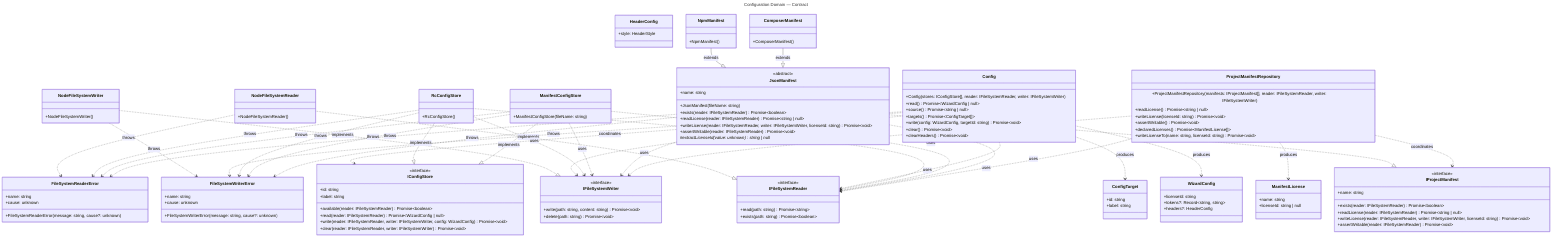
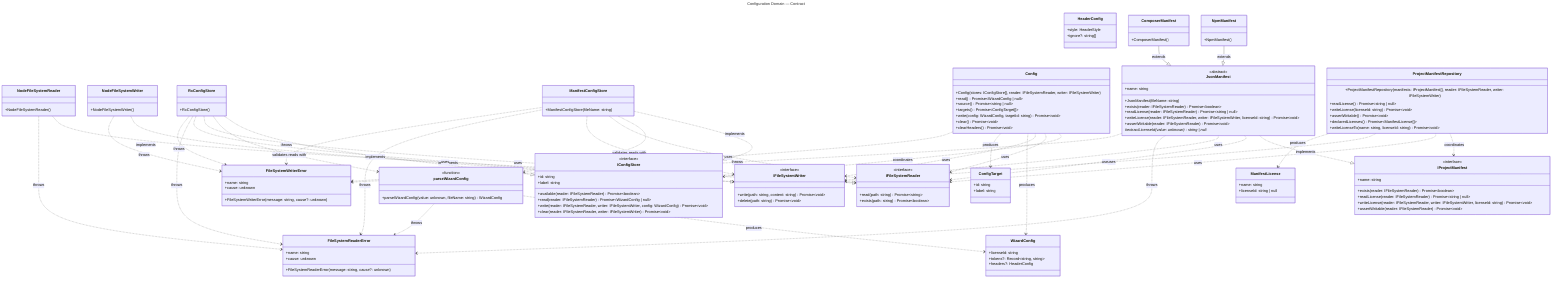
---
title: Configuration Domain — Contract
---
classDiagram
  direction TB

  %% Domain: Configuration (src/configuration)
  %% Focused per-domain view extracted from ../class-diagram.mmd.
  %% Shows ONLY Configuration-domain classes and their intra-domain relationships.
  %% Cross-domain relationships (consumed by the bootstrap, Licensing, Headers and
  %% Verify; HeaderConfig references HeaderStyle from Headers) are intentionally
  %% omitted — see ../class-diagram.mmd for the full picture.
  %%
  %% HeaderConfig belongs to this domain but its only relationship (to HeaderStyle)
  %% crosses into Headers, so it appears here without intra-domain edges.

  class IFileSystemReader {
    <<interface>>
    +read(path: string) Promise~string~
    +exists(path: string) Promise~boolean~
  }

  class IFileSystemWriter {
    <<interface>>
    +write(path: string, content: string) Promise~void~
    +delete(path: string) Promise~void~
  }

  class NodeFileSystemReader {
    +NodeFileSystemReader()
  }

  class NodeFileSystemWriter {
    +NodeFileSystemWriter()
  }

  class FileSystemReaderError {
    +name: string
    +cause: unknown
    +FileSystemReaderError(message: string, cause?: unknown)
  }

  class FileSystemWriterError {
    +name: string
    +cause: unknown
    +FileSystemWriterError(message: string, cause?: unknown)
  }

  class WizardConfig {
    +licenseId: string
    +tokens?: Record~string, string~
    +headers?: HeaderConfig
  }

  class HeaderConfig {
    +style: HeaderStyle
+     +ignore?: string[]
+   }
+ 
+   %% Module-level validator co-located with WizardConfig; the config stores run
+   %% every parsed config through it on read so a malformed file is rejected
+   %% (named) up front instead of casting unchecked.
+   class parseWizardConfig {
+     <<function>>
+     +parseWizardConfig(value: unknown, fileName: string) WizardConfig
  }

  class ConfigTarget {
    +id: string
    +label: string
  }

  class IConfigStore {
    <<interface>>
    +id: string
    +label: string
    +available(reader: IFileSystemReader) Promise~boolean~
    +read(reader: IFileSystemReader) Promise~WizardConfig | null~
    +write(reader: IFileSystemReader, writer: IFileSystemWriter, config: WizardConfig) Promise~void~
    +clear(reader: IFileSystemReader, writer: IFileSystemWriter) Promise~void~
  }

  class RcConfigStore {
    +RcConfigStore()
  }

  class ManifestConfigStore {
    +ManifestConfigStore(fileName: string)
  }

  class Config {
    +Config(stores: IConfigStore[], reader: IFileSystemReader, writer: IFileSystemWriter)
    +read() Promise~WizardConfig | null~
    +source() Promise~string | null~
    +targets() Promise~ConfigTarget[]~
    +write(config: WizardConfig, targetId: string) Promise~void~
    +clear() Promise~void~
    +clearHeaders() Promise~void~
  }

  class IProjectManifest {
    <<interface>>
    +name: string
    +exists(reader: IFileSystemReader) Promise~boolean~
    +readLicense(reader: IFileSystemReader) Promise~string | null~
    +writeLicense(reader: IFileSystemReader, writer: IFileSystemWriter, licenseId: string) Promise~void~
    +assertWritable(reader: IFileSystemReader) Promise~void~
  }

  class JsonManifest {
    <<abstract>>
    +JsonManifest(fileName: string)
    +name: string
    +exists(reader: IFileSystemReader) Promise~boolean~
    +readLicense(reader: IFileSystemReader) Promise~string | null~
    +writeLicense(reader: IFileSystemReader, writer: IFileSystemWriter, licenseId: string) Promise~void~
    +assertWritable(reader: IFileSystemReader) Promise~void~
    #extractLicenseId(value: unknown)* string | null
  }

  class NpmManifest {
    +NpmManifest()
  }

  class ComposerManifest {
    +ComposerManifest()
  }

  class ProjectManifestRepository {
    +ProjectManifestRepository(manifests: IProjectManifest[], reader: IFileSystemReader, writer: IFileSystemWriter)
    +readLicense() Promise~string | null~
    +writeLicense(licenseId: string) Promise~void~
    +assertWritable() Promise~void~
    +declaredLicenses() Promise~ManifestLicense[]~
    +writeLicenseTo(name: string, licenseId: string) Promise~void~
  }

  class ManifestLicense {
    +name: string
    +licenseId: string | null
  }

  NodeFileSystemReader ..|> IFileSystemReader : implements
  NodeFileSystemWriter ..|> IFileSystemWriter : implements
  NodeFileSystemReader ..> FileSystemReaderError : throws
  NodeFileSystemWriter ..> FileSystemWriterError : throws
  Config ..> IConfigStore : coordinates
  Config ..> IFileSystemReader : uses
  Config ..> IFileSystemWriter : uses
  Config ..> WizardConfig : produces
  Config ..> ConfigTarget : produces
  Config ..> FileSystemWriterError : throws
  RcConfigStore ..|> IConfigStore : implements
  ManifestConfigStore ..|> IConfigStore : implements
+   RcConfigStore ..> parseWizardConfig : validates reads with
+   ManifestConfigStore ..> parseWizardConfig : validates reads with
+   parseWizardConfig ..> WizardConfig : produces
+   parseWizardConfig ..> FileSystemReaderError : throws
  RcConfigStore ..> IFileSystemReader : uses
  RcConfigStore ..> IFileSystemWriter : uses
  RcConfigStore ..> FileSystemReaderError : throws
  RcConfigStore ..> FileSystemWriterError : throws
  ManifestConfigStore ..> IFileSystemReader : uses
  ManifestConfigStore ..> IFileSystemWriter : uses
  ManifestConfigStore ..> FileSystemReaderError : throws
  ManifestConfigStore ..> FileSystemWriterError : throws
  JsonManifest ..|> IProjectManifest : implements
  NpmManifest --|> JsonManifest : extends
  ComposerManifest --|> JsonManifest : extends
  JsonManifest ..> IFileSystemReader : uses
  JsonManifest ..> IFileSystemWriter : uses
  JsonManifest ..> FileSystemReaderError : throws
  JsonManifest ..> FileSystemWriterError : throws
  ProjectManifestRepository ..> IProjectManifest : coordinates
  ProjectManifestRepository ..> IFileSystemReader : uses
  ProjectManifestRepository ..> IFileSystemWriter : uses
  ProjectManifestRepository ..> ManifestLicense : produces
